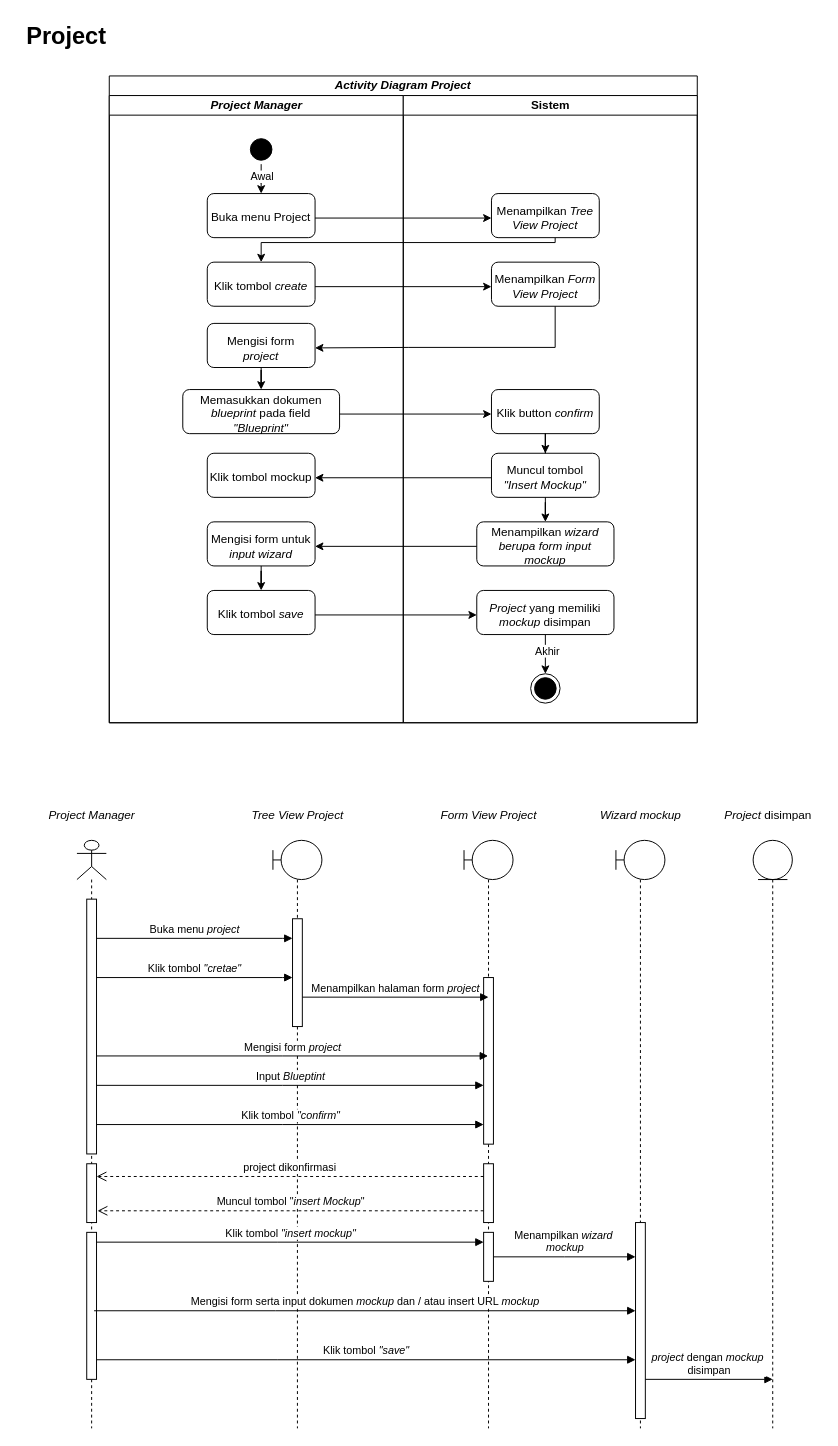
Before: page "Halaman-3" (3 of 9) of Diagram Tanpa Judul.drawio in raldawiyahh/alda-resolusi, a draw.io diagram. Source tidied: cells renumbered, new cells numbered last; positions are measured from the earlier drawing's top-left corner, leaving out a move shared by most shapes. Both pictures are drawn from the tidied source at 98%, with x=0, y=0 at pixel (17, 17).
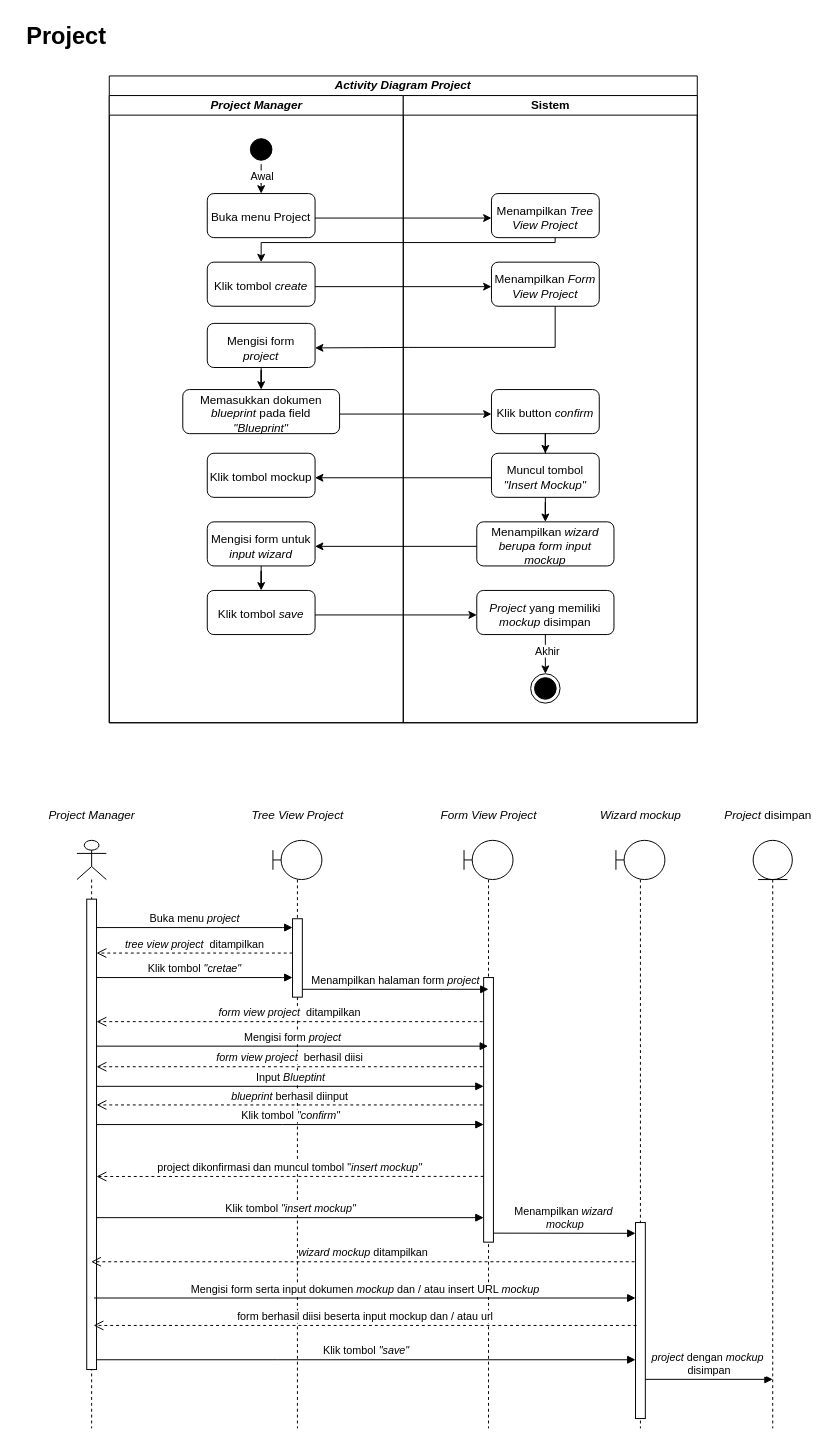
The same diagram, later.

The change refers to these unchanged cells:
```xml
<mxCell id="63" style="shape=umlLifeline;perimeter=lifelinePerimeter;whiteSpace=wrap;html=1;outlineConnect=0;portConstraint=eastwest;newEdgeStyle={&quot;edgeStyle&quot;:&quot;elbowEdgeStyle&quot;,&quot;elbow&quot;:&quot;vertical&quot;,&quot;curved&quot;:0,&quot;rounded&quot;:0};participant=umlActor;" parent="1" vertex="1">
  <mxGeometry x="61" y="840" width="30" height="600" as="geometry" />
</mxCell>
<mxCell id="68" style="shape=umlLifeline;perimeter=lifelinePerimeter;whiteSpace=wrap;html=1;newEdgeStyle={&quot;edgeStyle&quot;:&quot;elbowEdgeStyle&quot;,&quot;elbow&quot;:&quot;vertical&quot;,&quot;curved&quot;:0,&quot;rounded&quot;:0};participant=umlBoundary;" parent="1" vertex="1">
  <mxGeometry x="261" y="840" width="50" height="600" as="geometry" />
</mxCell>
<mxCell id="71" style="shape=umlLifeline;perimeter=lifelinePerimeter;whiteSpace=wrap;html=1;outlineConnect=0;portConstraint=eastwest;newEdgeStyle={&quot;edgeStyle&quot;:&quot;elbowEdgeStyle&quot;,&quot;elbow&quot;:&quot;vertical&quot;,&quot;curved&quot;:0,&quot;rounded&quot;:0};participant=umlBoundary;" parent="1" vertex="1">
  <mxGeometry x="456" y="840" width="50" height="600" as="geometry" />
</mxCell>
<mxCell id="85" style="html=1;points=[];perimeter=orthogonalPerimeter;outlineConnect=0;targetShapes=umlLifeline;portConstraint=eastwest;newEdgeStyle={&quot;edgeStyle&quot;:&quot;elbowEdgeStyle&quot;,&quot;elbow&quot;:&quot;vertical&quot;,&quot;curved&quot;:0,&quot;rounded&quot;:0};" parent="84" vertex="1">
  <mxGeometry x="20" y="390" width="10" height="200" as="geometry" />
</mxCell>
```

Diff of the diagram source:
```diff
@@
     <mxCell id="64" style="html=1;perimeter=orthogonalPerimeter;targetShapes=umlLifeline;newEdgeStyle={&quot;edgeStyle&quot;:&quot;elbowEdgeStyle&quot;,&quot;elbow&quot;:&quot;vertical&quot;,&quot;curved&quot;:0,&quot;rounded&quot;:0};" parent="63" vertex="1">
-      <mxGeometry x="10" y="60" width="10" height="260" as="geometry" />
+      <mxGeometry x="10" y="60" width="10" height="480" as="geometry" />
     </mxCell>
-    <mxCell id="65" style="html=1;perimeter=orthogonalPerimeter;targetShapes=umlLifeline;newEdgeStyle={&quot;edgeStyle&quot;:&quot;elbowEdgeStyle&quot;,&quot;elbow&quot;:&quot;vertical&quot;,&quot;curved&quot;:0,&quot;rounded&quot;:0};" parent="63" vertex="1">
-      <mxGeometry x="10" y="330" width="10" height="60" as="geometry" />
-    </mxCell>
-    <mxCell id="66" style="html=1;perimeter=orthogonalPerimeter;targetShapes=umlLifeline;newEdgeStyle={&quot;edgeStyle&quot;:&quot;elbowEdgeStyle&quot;,&quot;elbow&quot;:&quot;vertical&quot;,&quot;curved&quot;:0,&quot;rounded&quot;:0};" parent="63" vertex="1">
-      <mxGeometry x="10" y="400" width="10" height="150" as="geometry" />
-    </mxCell>
@@
     <mxCell id="69" style="html=1;points=[];perimeter=orthogonalPerimeter;outlineConnect=0;targetShapes=umlLifeline;portConstraint=eastwest;newEdgeStyle={&quot;edgeStyle&quot;:&quot;elbowEdgeStyle&quot;,&quot;elbow&quot;:&quot;vertical&quot;,&quot;curved&quot;:0,&quot;rounded&quot;:0};" parent="68" vertex="1">
-      <mxGeometry x="20" y="80" width="10" height="110" as="geometry" />
+      <mxGeometry x="20" y="80" width="10" height="80" as="geometry" />
     </mxCell>
@@
     <mxCell id="72" style="html=1;points=[];perimeter=orthogonalPerimeter;outlineConnect=0;targetShapes=umlLifeline;portConstraint=eastwest;newEdgeStyle={&quot;edgeStyle&quot;:&quot;elbowEdgeStyle&quot;,&quot;elbow&quot;:&quot;vertical&quot;,&quot;curved&quot;:0,&quot;rounded&quot;:0};" parent="71" vertex="1">
-      <mxGeometry x="20" y="140" width="10" height="170" as="geometry" />
+      <mxGeometry x="20" y="140" width="10" height="270" as="geometry" />
     </mxCell>
-    <mxCell id="73" style="html=1;points=[];perimeter=orthogonalPerimeter;outlineConnect=0;targetShapes=umlLifeline;portConstraint=eastwest;newEdgeStyle={&quot;edgeStyle&quot;:&quot;elbowEdgeStyle&quot;,&quot;elbow&quot;:&quot;vertical&quot;,&quot;curved&quot;:0,&quot;rounded&quot;:0};" parent="71" vertex="1">
-      <mxGeometry x="20" y="330" width="10" height="60" as="geometry" />
-    </mxCell>
-    <mxCell id="74" style="html=1;points=[];perimeter=orthogonalPerimeter;outlineConnect=0;targetShapes=umlLifeline;portConstraint=eastwest;newEdgeStyle={&quot;edgeStyle&quot;:&quot;elbowEdgeStyle&quot;,&quot;elbow&quot;:&quot;vertical&quot;,&quot;curved&quot;:0,&quot;rounded&quot;:0};" parent="71" vertex="1">
-      <mxGeometry x="20" y="400" width="10" height="50" as="geometry" />
-    </mxCell>
@@
-    <mxCell id="76" value="Buka menu &lt;i&gt;project&lt;/i&gt;" style="html=1;verticalAlign=bottom;endArrow=block;edgeStyle=elbowEdgeStyle;elbow=vertical;curved=0;rounded=0;" parent="1" edge="1" target="69">
+    <mxCell id="76" value="Buka menu &lt;i&gt;project&lt;/i&gt;" style="html=1;verticalAlign=bottom;endArrow=block;edgeStyle=elbowEdgeStyle;elbow=vertical;curved=0;rounded=0;" parent="1" edge="1">
       <mxGeometry relative="1" as="geometry">
-        <mxPoint x="81" y="940" as="sourcePoint" />
+        <mxPoint x="81" y="929" as="sourcePoint" />
+        <mxPoint x="281" y="929" as="targetPoint" />
         <Array as="points">
-          <mxPoint x="271" y="940" />
+          <mxPoint x="271" y="929" />
         </Array>
       </mxGeometry>
     </mxCell>
@@
-    <mxCell id="78" value="Menampilkan halaman form &lt;i&gt;project&lt;/i&gt;" style="html=1;verticalAlign=bottom;endArrow=block;edgeStyle=elbowEdgeStyle;elbow=vertical;curved=0;rounded=0;entryX=0.5;entryY=0.118;entryDx=0;entryDy=0;entryPerimeter=0;" parent="1" edge="1" target="72">
+    <mxCell id="78" value="Menampilkan halaman form &lt;i&gt;project&lt;/i&gt;" style="html=1;verticalAlign=bottom;endArrow=block;edgeStyle=elbowEdgeStyle;elbow=vertical;curved=0;rounded=0;entryX=0.5;entryY=0.118;entryDx=0;entryDy=0;entryPerimeter=0;" parent="1" edge="1">
       <mxGeometry relative="1" as="geometry">
-        <mxPoint x="291" y="1000" as="sourcePoint" />
+        <mxPoint x="291" y="992" as="sourcePoint" />
+        <mxPoint x="481" y="992.1" as="targetPoint" />
       </mxGeometry>
     </mxCell>
-    <mxCell id="79" value="Mengisi form &lt;i&gt;project&lt;/i&gt;" style="html=1;verticalAlign=bottom;endArrow=block;edgeStyle=elbowEdgeStyle;elbow=horizontal;curved=0;rounded=0;" parent="1" edge="1" target="71">
+    <mxCell id="79" value="Mengisi form &lt;i&gt;project&lt;/i&gt;" style="html=1;verticalAlign=bottom;endArrow=block;edgeStyle=elbowEdgeStyle;elbow=horizontal;curved=0;rounded=0;" parent="1" edge="1">
       <mxGeometry relative="1" as="geometry">
-        <mxPoint x="81" y="1060" as="sourcePoint" />
+        <mxPoint x="81" y="1050" as="sourcePoint" />
+        <mxPoint x="480.5" y="1050" as="targetPoint" />
         <Array as="points">
-          <mxPoint x="271" y="1060" />
+          <mxPoint x="271" y="1050" />
         </Array>
       </mxGeometry>
     </mxCell>
-    <mxCell id="80" value="Input &lt;i&gt;Blueptint&lt;/i&gt;" style="html=1;verticalAlign=bottom;endArrow=block;edgeStyle=elbowEdgeStyle;elbow=horizontal;curved=0;rounded=0;" parent="1" edge="1" target="72">
+    <mxCell id="80" value="Input &lt;i&gt;Blueptint&lt;/i&gt;" style="html=1;verticalAlign=bottom;endArrow=block;edgeStyle=elbowEdgeStyle;elbow=horizontal;curved=0;rounded=0;" parent="1" edge="1">
       <mxGeometry relative="1" as="geometry">
-        <mxPoint x="81" y="1090" as="sourcePoint" />
+        <mxPoint x="81" y="1091" as="sourcePoint" />
+        <mxPoint x="476" y="1091" as="targetPoint" />
         <Array as="points">
-          <mxPoint x="271" y="1090" />
+          <mxPoint x="271" y="1091" />
         </Array>
       </mxGeometry>
     </mxCell>
@@
-    <mxCell id="82" value="project dikonfirmasi" style="html=1;verticalAlign=bottom;endArrow=open;dashed=1;endSize=8;edgeStyle=elbowEdgeStyle;elbow=vertical;curved=0;rounded=0;" parent="1" edge="1" source="73">
+    <mxCell id="82" value="project dikonfirmasi dan muncul tombol &quot;&lt;i&gt;insert mockup&quot;&lt;/i&gt;" style="html=1;verticalAlign=bottom;endArrow=open;dashed=1;endSize=8;edgeStyle=elbowEdgeStyle;elbow=vertical;curved=0;rounded=0;" parent="1" edge="1">
       <mxGeometry relative="1" as="geometry">
+        <mxPoint x="476" y="1182.9" as="sourcePoint" />
         <mxPoint x="81" y="1183" as="targetPoint" />
       </mxGeometry>
     </mxCell>
-    <mxCell id="83" value="Muncul tombol &quot;&lt;i&gt;insert Mockup&lt;/i&gt;&quot;" style="html=1;verticalAlign=bottom;endArrow=open;dashed=1;endSize=8;edgeStyle=elbowEdgeStyle;elbow=vertical;curved=0;rounded=0;" parent="1" edge="1" source="73">
-      <mxGeometry relative="1" as="geometry">
-        <mxPoint x="82" y="1218" as="targetPoint" />
-      </mxGeometry>
-    </mxCell>
@@
-    <mxCell id="86" value="Klik tombol &lt;i&gt;&quot;insert mockup&lt;/i&gt;&lt;i&gt;&quot;&lt;/i&gt;" style="html=1;verticalAlign=bottom;endArrow=block;edgeStyle=elbowEdgeStyle;elbow=horizontal;curved=0;rounded=0;" parent="1" edge="1" target="74">
+    <mxCell id="86" value="Klik tombol &lt;i&gt;&quot;insert mockup&lt;/i&gt;&lt;i&gt;&quot;&lt;/i&gt;" style="html=1;verticalAlign=bottom;endArrow=block;edgeStyle=elbowEdgeStyle;elbow=horizontal;curved=0;rounded=0;" parent="1" edge="1">
       <mxGeometry relative="1" as="geometry">
-        <mxPoint x="81" y="1250" as="sourcePoint" />
+        <mxPoint x="81" y="1225" as="sourcePoint" />
+        <mxPoint x="476" y="1225" as="targetPoint" />
         <Array as="points">
-          <mxPoint x="266" y="1250" />
+          <mxPoint x="266" y="1225" />
         </Array>
       </mxGeometry>
     </mxCell>
-    <mxCell id="87" value="&lt;div&gt;Menampilkan &lt;i&gt;wizard&amp;nbsp;&lt;/i&gt;&lt;/div&gt;&lt;div&gt;&lt;i&gt;mockup&lt;/i&gt;&lt;/div&gt;" style="html=1;verticalAlign=bottom;endArrow=block;edgeStyle=elbowEdgeStyle;elbow=vertical;curved=0;rounded=0;" parent="1" edge="1" source="74" target="85">
-      <mxGeometry relative="1" as="geometry" />
+    <mxCell id="87" value="&lt;div&gt;Menampilkan &lt;i&gt;wizard&amp;nbsp;&lt;/i&gt;&lt;/div&gt;&lt;div&gt;&lt;i&gt;mockup&lt;/i&gt;&lt;/div&gt;" style="html=1;verticalAlign=bottom;endArrow=block;edgeStyle=elbowEdgeStyle;elbow=vertical;curved=0;rounded=0;" parent="1" edge="1">
+      <mxGeometry relative="1" as="geometry">
+        <mxPoint x="486" y="1240.8" as="sourcePoint" />
+        <mxPoint x="631" y="1240.8" as="targetPoint" />
+      </mxGeometry>
     </mxCell>
@@
     <mxCell id="89" value="Mengisi form serta input dokumen &lt;i&gt;mockup &lt;/i&gt;dan / atau insert URL &lt;i&gt;mockup&lt;/i&gt;" style="html=1;verticalAlign=bottom;endArrow=block;edgeStyle=elbowEdgeStyle;elbow=horizontal;curved=0;rounded=0;" parent="1" edge="1">
       <mxGeometry relative="1" as="geometry">
-        <mxPoint x="78.5" y="1320" as="sourcePoint" />
-        <mxPoint x="631" y="1320" as="targetPoint" />
+        <mxPoint x="78.5" y="1307" as="sourcePoint" />
+        <mxPoint x="631" y="1307" as="targetPoint" />
         <Array as="points">
-          <mxPoint x="263.5" y="1320" />
+          <mxPoint x="263.5" y="1307" />
         </Array>
       </mxGeometry>
     </mxCell>
@@
+    <mxCell id="94" value="&lt;i&gt;tree view project&amp;nbsp; &lt;/i&gt;ditampilkan" style="html=1;verticalAlign=bottom;endArrow=open;dashed=1;endSize=8;edgeStyle=elbowEdgeStyle;elbow=vertical;curved=0;rounded=0;" parent="1" edge="1">
+      <mxGeometry relative="1" as="geometry">
+        <mxPoint x="281" y="955" as="sourcePoint" />
+        <mxPoint x="81" y="955.5" as="targetPoint" />
+      </mxGeometry>
+    </mxCell>
+    <mxCell id="95" value="&lt;i&gt;form view project&amp;nbsp; &lt;/i&gt;ditampilkan" style="html=1;verticalAlign=bottom;endArrow=open;dashed=1;endSize=8;edgeStyle=elbowEdgeStyle;elbow=vertical;curved=0;rounded=0;" parent="1" edge="1">
+      <mxGeometry relative="1" as="geometry">
+        <mxPoint x="475" y="1025" as="sourcePoint" />
+        <mxPoint x="81" y="1025.5" as="targetPoint" />
+      </mxGeometry>
+    </mxCell>
+    <mxCell id="96" value="&lt;i&gt;form view project&amp;nbsp; &lt;/i&gt;berhasil diisi&lt;i&gt;&lt;br&gt;&lt;/i&gt;" style="html=1;verticalAlign=bottom;endArrow=open;dashed=1;endSize=8;edgeStyle=elbowEdgeStyle;elbow=vertical;curved=0;rounded=0;" parent="1" edge="1">
+      <mxGeometry relative="1" as="geometry">
+        <mxPoint x="475" y="1071" as="sourcePoint" />
+        <mxPoint x="81" y="1071.5" as="targetPoint" />
+      </mxGeometry>
+    </mxCell>
+    <mxCell id="97" value="&lt;i&gt;blueprint &lt;/i&gt;berhasil diinput" style="html=1;verticalAlign=bottom;endArrow=open;dashed=1;endSize=8;edgeStyle=elbowEdgeStyle;elbow=vertical;curved=0;rounded=0;" parent="1" edge="1">
+      <mxGeometry relative="1" as="geometry">
+        <mxPoint x="475" y="1110" as="sourcePoint" />
+        <mxPoint x="81" y="1110.5" as="targetPoint" />
+      </mxGeometry>
+    </mxCell>
+    <mxCell id="98" value="&lt;i&gt;wizard mockup &lt;/i&gt;ditampilkan" style="html=1;verticalAlign=bottom;endArrow=open;dashed=1;endSize=8;edgeStyle=elbowEdgeStyle;elbow=vertical;curved=0;rounded=0;" parent="1" edge="1" target="63">
+      <mxGeometry relative="1" as="geometry">
+        <mxPoint x="630" y="1270" as="sourcePoint" />
+      </mxGeometry>
+    </mxCell>
+    <mxCell id="99" value="form berhasil diisi beserta input mockup dan / atau url&lt;i&gt;&lt;br&gt;&lt;/i&gt;" style="html=1;verticalAlign=bottom;endArrow=open;dashed=1;endSize=8;edgeStyle=elbowEdgeStyle;elbow=vertical;curved=0;rounded=0;" parent="1" edge="1">
+      <mxGeometry relative="1" as="geometry">
+        <mxPoint x="632" y="1335" as="sourcePoint" />
+        <mxPoint x="78" y="1335" as="targetPoint" />
+      </mxGeometry>
+    </mxCell>
```
